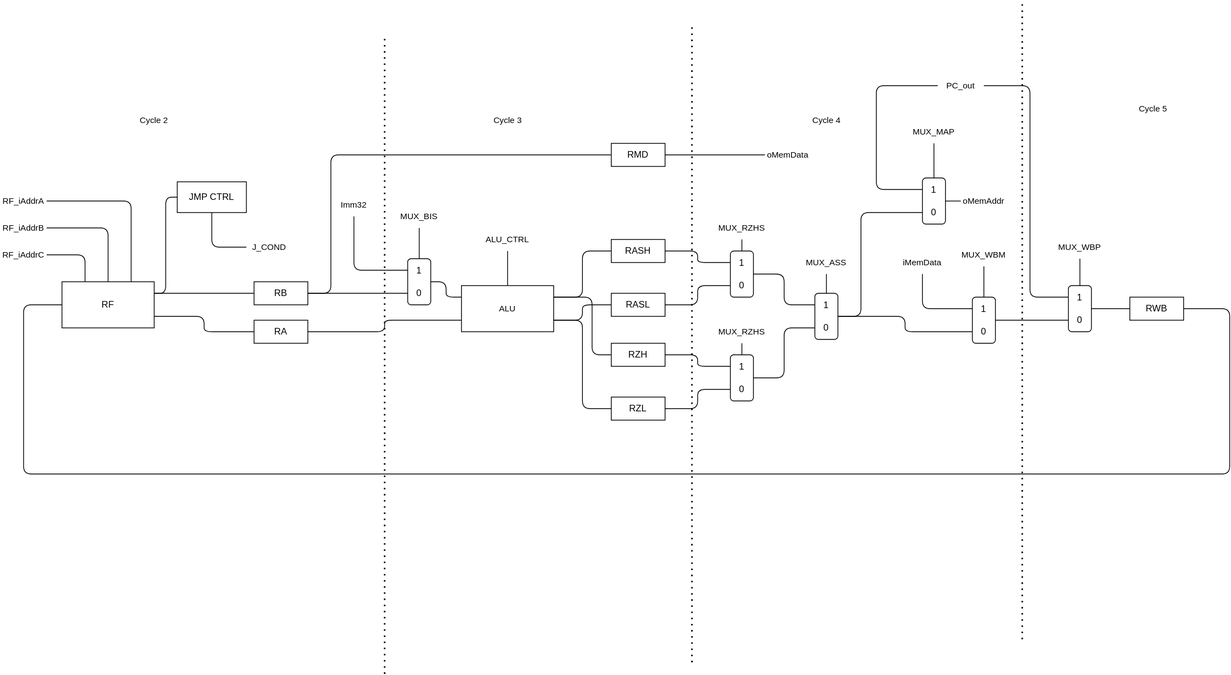
Before: sh.drawio.svg, a diagram exported from draw.io (Jchisholm204/MiniSRC). Source tidied: cells renumbered, new cells last; positions are measured from the earlier drawing's top-left corner, leaving out a move shared by most shapes.
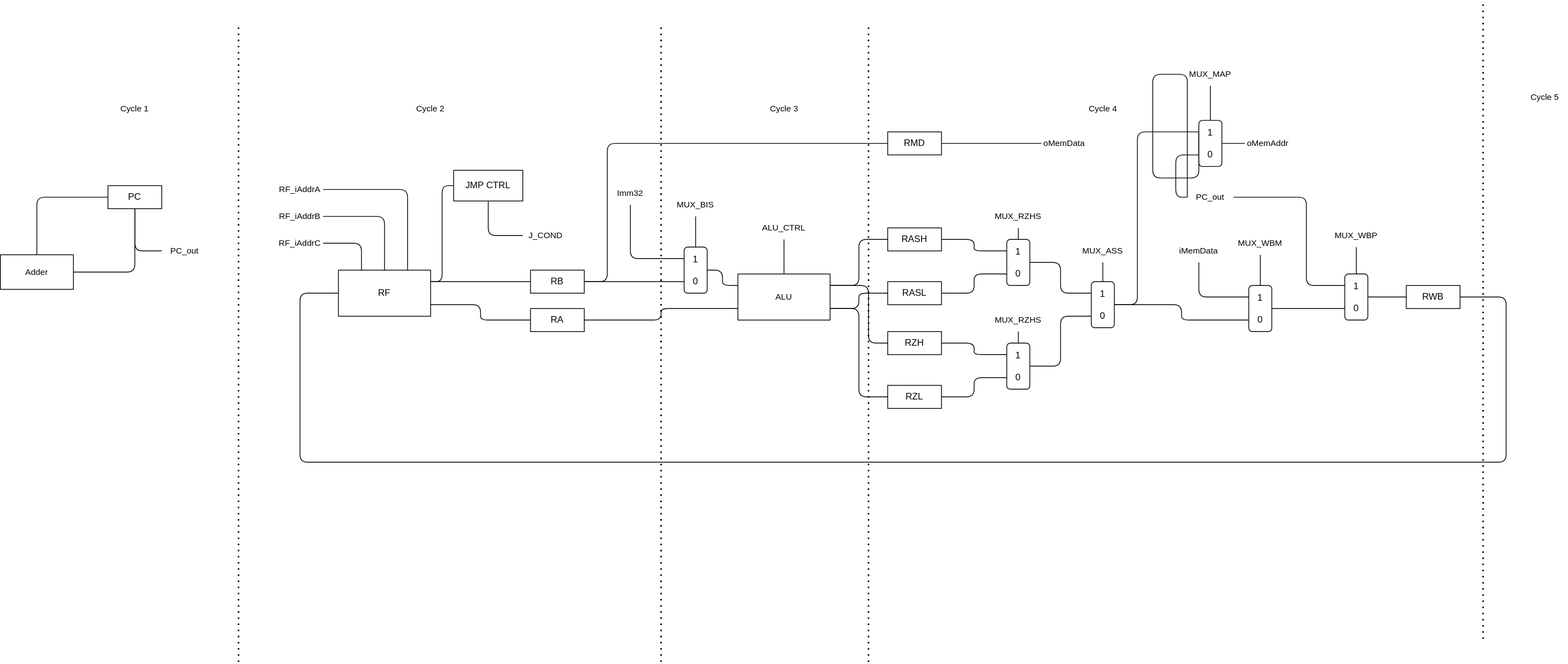
Later version of the same file.

The edit, as a diff of the source:
```diff
@@ -119,11 +119,11 @@
     <mxCell id="36" style="edgeStyle=orthogonalEdgeStyle;shape=connector;rounded=1;html=1;exitX=1;exitY=0.5;exitDx=0;exitDy=0;entryX=0;entryY=0.75;entryDx=0;entryDy=0;labelBackgroundColor=default;strokeColor=default;fontFamily=Helvetica;fontSize=11;fontColor=default;endArrow=none;endFill=0;" parent="1" edge="1" source="38" target="45">
       <mxGeometry relative="1" as="geometry" />
     </mxCell>
-    <mxCell id="37" style="edgeStyle=orthogonalEdgeStyle;shape=connector;rounded=1;html=1;exitX=1;exitY=0.5;exitDx=0;exitDy=0;entryX=0;entryY=0.75;entryDx=0;entryDy=0;labelBackgroundColor=default;strokeColor=default;fontFamily=Helvetica;fontSize=11;fontColor=default;endArrow=none;endFill=0;" parent="1" edge="1" source="38" target="67">
+    <mxCell id="37" style="edgeStyle=orthogonalEdgeStyle;shape=connector;rounded=1;html=1;exitX=1;exitY=0.5;exitDx=0;exitDy=0;entryX=0;entryY=0.25;entryDx=0;entryDy=0;labelBackgroundColor=default;strokeColor=default;fontFamily=Helvetica;fontSize=11;fontColor=default;endArrow=none;endFill=0;" parent="1" edge="1" source="38" target="67">
       <mxGeometry relative="1" as="geometry">
         <Array as="points">
           <mxPoint x="1120" y="410" />
-          <mxPoint x="1120" y="275" />
+          <mxPoint x="1120" y="185" />
         </Array>
       </mxGeometry>
     </mxCell>
@@ -175,14 +175,14 @@
     </mxCell>
     <mxCell id="50" style="endArrow=none;dashed=1;html=1;dashPattern=1 3;strokeWidth=2;rounded=1;labelBackgroundColor=default;strokeColor=default;fontFamily=Helvetica;fontSize=11;fontColor=default;shape=connector;" parent="1" edge="1">
       <mxGeometry relative="1" as="geometry">
-        <mxPoint x="900" y="860" as="sourcePoint" />
-        <mxPoint x="900" y="30" as="targetPoint" />
+        <mxPoint x="770" y="875" as="sourcePoint" />
+        <mxPoint x="770" y="45" as="targetPoint" />
       </mxGeometry>
     </mxCell>
     <mxCell id="51" style="endArrow=none;dashed=1;html=1;dashPattern=1 3;strokeWidth=2;rounded=1;labelBackgroundColor=default;strokeColor=default;fontFamily=Helvetica;fontSize=11;fontColor=default;shape=connector;" parent="1" edge="1">
       <mxGeometry relative="1" as="geometry">
-        <mxPoint x="1330" y="830" as="sourcePoint" />
-        <mxPoint x="1330" as="targetPoint" />
+        <mxPoint x="1570" y="845" as="sourcePoint" />
+        <mxPoint x="1570" y="15" as="targetPoint" />
       </mxGeometry>
     </mxCell>
     <mxCell id="52" value="Cycle 2" style="text;html=1;strokeColor=none;fillColor=none;align=center;verticalAlign=middle;whiteSpace=wrap;rounded=0;strokeWidth=0;fontFamily=Helvetica;fontSize=11;fontColor=default;" parent="1" vertex="1">
@@ -195,7 +195,7 @@
       <mxGeometry x="1045" y="140" width="60" height="30" as="geometry" />
     </mxCell>
     <mxCell id="55" value="Cycle 5" style="text;html=1;align=center;verticalAlign=middle;strokeColor=none;fillColor=none;fontSize=11;fontFamily=Helvetica;fontColor=default;" parent="1" vertex="1">
-      <mxGeometry x="1470" y="125" width="60" height="30" as="geometry" />
+      <mxGeometry x="1620" y="125" width="60" height="30" as="geometry" />
     </mxCell>
     <mxCell id="56" style="edgeStyle=orthogonalEdgeStyle;shape=connector;rounded=1;html=1;exitX=0.5;exitY=1;exitDx=0;exitDy=0;entryX=0;entryY=0.25;entryDx=0;entryDy=0;labelBackgroundColor=default;strokeColor=default;fontFamily=Helvetica;fontSize=11;fontColor=default;endArrow=none;endFill=0;" parent="1" edge="1" source="57" target="11">
       <mxGeometry relative="1" as="geometry">
@@ -232,6 +232,9 @@
     <mxCell id="65" style="edgeStyle=orthogonalEdgeStyle;shape=connector;rounded=1;html=1;exitX=1;exitY=0.5;exitDx=0;exitDy=0;entryX=0;entryY=0.5;entryDx=0;entryDy=0;labelBackgroundColor=default;strokeColor=default;fontFamily=Helvetica;fontSize=11;fontColor=default;endArrow=none;endFill=0;" parent="1" edge="1" source="67" target="72">
       <mxGeometry relative="1" as="geometry" />
     </mxCell>
+    <mxCell id="67" value="1&lt;br&gt;&lt;br&gt;0" style="rounded=1;whiteSpace=wrap;html=1;" parent="1" vertex="1">
+      <mxGeometry x="1200" y="170" width="30" height="60" as="geometry" />
+    </mxCell>
     <mxCell id="66" style="edgeStyle=orthogonalEdgeStyle;shape=connector;rounded=1;html=1;exitX=0;exitY=0.25;exitDx=0;exitDy=0;entryX=0;entryY=0.5;entryDx=0;entryDy=0;labelBackgroundColor=default;strokeColor=default;fontFamily=Helvetica;fontSize=11;fontColor=default;endArrow=none;endFill=0;" parent="1" edge="1" source="67" target="69">
       <mxGeometry relative="1" as="geometry">
         <Array as="points">
@@ -240,28 +243,33 @@
         </Array>
       </mxGeometry>
     </mxCell>
-    <mxCell id="67" value="1&lt;br&gt;&lt;br&gt;0" style="rounded=1;whiteSpace=wrap;html=1;" parent="1" vertex="1">
-      <mxGeometry x="1200" y="230" width="30" height="60" as="geometry" />
-    </mxCell>
+    <mxCell id="84" style="edgeStyle=orthogonalEdgeStyle;shape=connector;rounded=1;html=1;exitX=0;exitY=0.5;exitDx=0;exitDy=0;entryX=0;entryY=0.75;entryDx=0;entryDy=0;labelBackgroundColor=default;strokeColor=default;fontFamily=Helvetica;fontSize=11;fontColor=default;endArrow=none;endFill=0;" parent="1" edge="1" source="69" target="67">
+      <mxGeometry relative="1" as="geometry">
+        <Array as="points">
+          <mxPoint x="1170" y="270" />
+          <mxPoint x="1170" y="215" />
+        </Array>
+      </mxGeometry>
+    </mxCell>
     <mxCell id="68" style="edgeStyle=orthogonalEdgeStyle;shape=connector;rounded=1;html=1;exitX=1;exitY=0.5;exitDx=0;exitDy=0;entryX=0;entryY=0.25;entryDx=0;entryDy=0;labelBackgroundColor=default;strokeColor=default;fontFamily=Helvetica;fontSize=11;fontColor=default;endArrow=none;endFill=0;" parent="1" edge="1" source="69" target="62">
       <mxGeometry relative="1" as="geometry">
         <Array as="points">
-          <mxPoint x="1340" y="110" />
+          <mxPoint x="1340" y="270" />
           <mxPoint x="1340" y="385" />
         </Array>
       </mxGeometry>
     </mxCell>
     <mxCell id="69" value="PC_out" style="text;html=1;strokeColor=none;fillColor=none;align=center;verticalAlign=middle;whiteSpace=wrap;rounded=0;fontFamily=Helvetica;fontSize=11;fontColor=default;" parent="1" vertex="1">
-      <mxGeometry x="1220" y="95" width="60" height="30" as="geometry" />
+      <mxGeometry x="1185" y="255" width="60" height="30" as="geometry" />
     </mxCell>
     <mxCell id="70" style="edgeStyle=orthogonalEdgeStyle;shape=connector;rounded=1;html=1;exitX=0.5;exitY=1;exitDx=0;exitDy=0;entryX=0.5;entryY=0;entryDx=0;entryDy=0;labelBackgroundColor=default;strokeColor=default;fontFamily=Helvetica;fontSize=11;fontColor=default;endArrow=none;endFill=0;" parent="1" edge="1" source="71" target="67">
       <mxGeometry relative="1" as="geometry" />
     </mxCell>
     <mxCell id="71" value="MUX_MAP" style="text;html=1;strokeColor=none;fillColor=none;align=center;verticalAlign=middle;whiteSpace=wrap;rounded=0;fontFamily=Helvetica;fontSize=11;fontColor=default;" parent="1" vertex="1">
-      <mxGeometry x="1185" y="155" width="60" height="30" as="geometry" />
+      <mxGeometry x="1185" y="95" width="60" height="30" as="geometry" />
     </mxCell>
     <mxCell id="72" value="oMemAddr" style="text;html=1;strokeColor=none;fillColor=none;align=center;verticalAlign=middle;whiteSpace=wrap;rounded=0;fontFamily=Helvetica;fontSize=11;fontColor=default;" parent="1" vertex="1">
-      <mxGeometry x="1250" y="245" width="60" height="30" as="geometry" />
+      <mxGeometry x="1260" y="185" width="60" height="30" as="geometry" />
     </mxCell>
     <mxCell id="73" style="edgeStyle=orthogonalEdgeStyle;shape=connector;rounded=1;html=1;exitX=1;exitY=0.5;exitDx=0;exitDy=0;entryX=0.25;entryY=0;entryDx=0;entryDy=0;labelBackgroundColor=default;strokeColor=default;fontFamily=Helvetica;fontSize=11;fontColor=default;endArrow=none;endFill=0;" parent="1" edge="1" source="74" target="5">
       <mxGeometry relative="1" as="geometry" />
@@ -296,5 +304,32 @@
     <mxCell id="83" value="RMD" style="rounded=0;whiteSpace=wrap;html=1;" parent="1" vertex="1">
       <mxGeometry x="795" y="185" width="70" height="30" as="geometry" />
     </mxCell>
+    <mxCell id="85" style="endArrow=none;dashed=1;html=1;dashPattern=1 3;strokeWidth=2;rounded=1;labelBackgroundColor=default;strokeColor=default;fontFamily=Helvetica;fontSize=11;fontColor=default;shape=connector;" parent="1" edge="1">
+      <mxGeometry relative="1" as="geometry">
+        <mxPoint x="-50" y="875" as="sourcePoint" />
+        <mxPoint x="-50" y="45" as="targetPoint" />
+      </mxGeometry>
+    </mxCell>
+    <mxCell id="86" value="Cycle 1" style="text;html=1;strokeColor=none;fillColor=none;align=center;verticalAlign=middle;whiteSpace=wrap;rounded=0;strokeWidth=0;fontFamily=Helvetica;fontSize=11;fontColor=default;" parent="1" vertex="1">
+      <mxGeometry x="-215" y="140" width="60" height="30" as="geometry" />
+    </mxCell>
+    <mxCell id="87" style="edgeStyle=orthogonalEdgeStyle;shape=connector;rounded=1;html=1;exitX=0.5;exitY=1;exitDx=0;exitDy=0;entryX=1;entryY=0.5;entryDx=0;entryDy=0;labelBackgroundColor=default;strokeColor=default;fontFamily=Helvetica;fontSize=11;fontColor=default;endArrow=none;endFill=0;" parent="1" edge="1" source="89" target="91">
+      <mxGeometry relative="1" as="geometry" />
+    </mxCell>
+    <mxCell id="88" style="edgeStyle=orthogonalEdgeStyle;shape=connector;rounded=1;html=1;exitX=0.5;exitY=1;exitDx=0;exitDy=0;entryX=0;entryY=0.5;entryDx=0;entryDy=0;labelBackgroundColor=default;strokeColor=default;fontFamily=Helvetica;fontSize=11;fontColor=default;endArrow=none;endFill=0;" parent="1" edge="1" source="89" target="92">
+      <mxGeometry relative="1" as="geometry" />
+    </mxCell>
+    <mxCell id="89" value="PC" style="rounded=0;whiteSpace=wrap;html=1;" parent="1" vertex="1">
+      <mxGeometry x="-220" y="255" width="70" height="30" as="geometry" />
+    </mxCell>
+    <mxCell id="90" style="edgeStyle=orthogonalEdgeStyle;shape=connector;rounded=1;html=1;exitX=0.5;exitY=0;exitDx=0;exitDy=0;entryX=0;entryY=0.5;entryDx=0;entryDy=0;labelBackgroundColor=default;strokeColor=default;fontFamily=Helvetica;fontSize=11;fontColor=default;endArrow=none;endFill=0;" parent="1" edge="1" source="91" target="89">
+      <mxGeometry relative="1" as="geometry" />
+    </mxCell>
+    <mxCell id="91" value="Adder" style="rounded=0;whiteSpace=wrap;html=1;fontFamily=Helvetica;fontSize=11;fontColor=default;" parent="1" vertex="1">
+      <mxGeometry x="-360" y="345" width="95" height="45" as="geometry" />
+    </mxCell>
+    <mxCell id="92" value="PC_out" style="text;html=1;strokeColor=none;fillColor=none;align=center;verticalAlign=middle;whiteSpace=wrap;rounded=0;fontFamily=Helvetica;fontSize=11;fontColor=default;" parent="1" vertex="1">
+      <mxGeometry x="-150" y="325" width="60" height="30" as="geometry" />
+    </mxCell>
   </root>
 </mxGraphModel>
```
